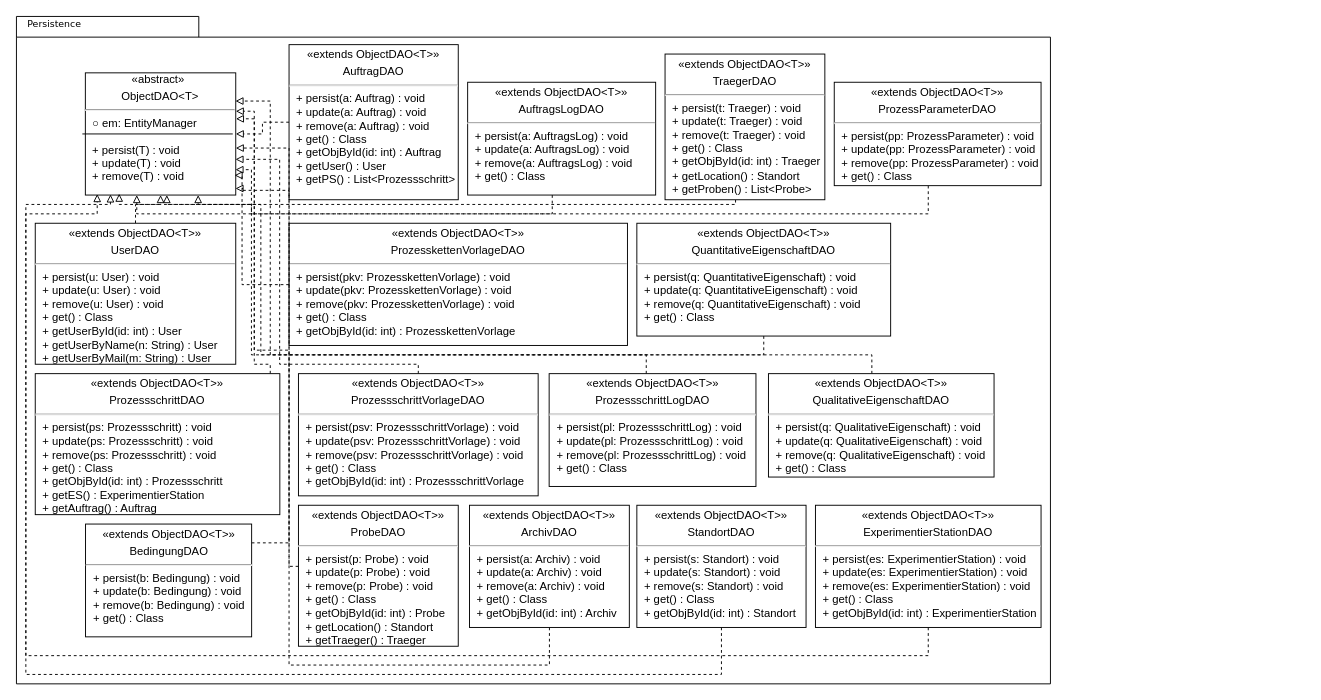
Earlier version of the draw.io diagram doc/UML/Persistence.drawio (fkehlenb/softwareprojekt-2). Source tidied: cells renumbered, new cells numbered last; positions are measured from the earlier drawing's top-left corner, leaving out a move shared by most shapes. Both pictures are drawn from the tidied source at 94%, with x=0, y=0 at pixel (16, 16).
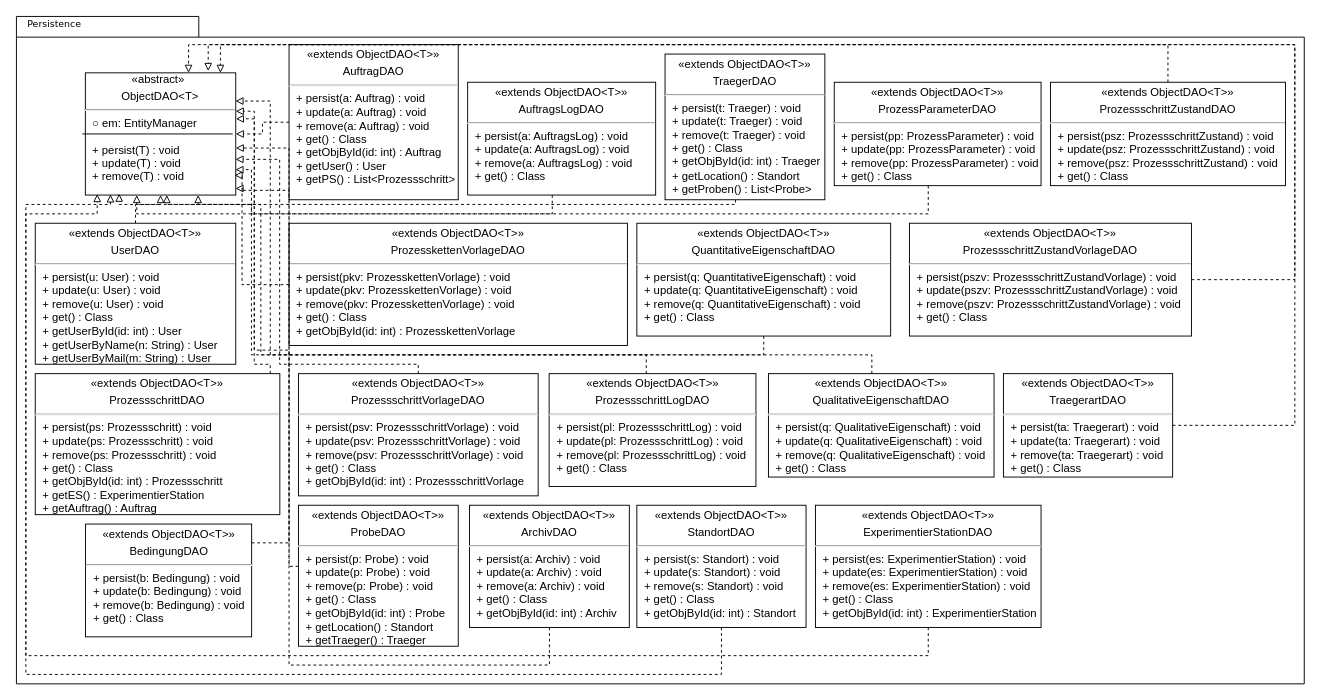
The same page after the edit.

Unchanged cells that the change refers to:
```xml
<mxCell id="4" value="&lt;span style=&quot;text-align: center&quot;&gt;&amp;nbsp; &amp;nbsp; &amp;nbsp; &amp;nbsp; &amp;nbsp; &amp;nbsp; &amp;nbsp; &amp;nbsp;«abstract&lt;/span&gt;&lt;span style=&quot;text-align: center&quot;&gt;»&lt;/span&gt;&lt;p style=&quot;margin: 4px 0px 0px ; text-align: center&quot;&gt;&lt;span&gt;ObjectDAO&amp;lt;T&amp;gt;&lt;/span&gt;&lt;br&gt;&lt;/p&gt;&lt;hr&gt;&lt;p style=&quot;margin: 0px ; margin-left: 8px&quot;&gt;○ em: EntityManager&lt;/p&gt;&lt;p style=&quot;margin: 0px ; margin-left: 8px&quot;&gt;&lt;br&gt;&lt;/p&gt;&lt;p style=&quot;margin: 0px ; margin-left: 8px&quot;&gt;+ persist(T) : void&lt;/p&gt;&lt;p style=&quot;margin: 0px ; margin-left: 8px&quot;&gt;+ update(T) : void&lt;/p&gt;&lt;p style=&quot;margin: 0px ; margin-left: 8px&quot;&gt;+ remove(T) : void&lt;/p&gt;&lt;p style=&quot;margin: 0px ; margin-left: 8px&quot;&gt;&lt;br&gt;&lt;/p&gt;" style="verticalAlign=top;align=left;overflow=fill;fontSize=12;fontFamily=Helvetica;html=1;" parent="1" vertex="1">
  <mxGeometry x="73.3" y="60" width="160" height="130" as="geometry" />
</mxCell>
```

Diff of the diagram source:
```diff
@@
     <mxCell id="2" style="shape=folder;fontStyle=1;spacingTop=10;tabWidth=194;tabHeight=22;tabPosition=left;html=1;rounded=0;shadow=0;comic=0;labelBackgroundColor=none;strokeWidth=1;fillColor=none;fontFamily=Verdana;fontSize=10;align=center;" parent="1" vertex="1">
-      <mxGeometry width="1100" height="710" as="geometry" />
+      <mxGeometry width="1370" height="710" as="geometry" />
     </mxCell>
@@
+    <mxCell id="38" style="edgeStyle=orthogonalEdgeStyle;rounded=0;jettySize=auto;html=1;entryX=0.817;entryY=-0.015;entryDx=0;entryDy=0;entryPerimeter=0;dashed=1;endArrow=block;endFill=0;" parent="1" edge="1" source="39" target="4">
+      <mxGeometry relative="1" as="geometry">
+        <Array as="points">
+          <mxPoint x="1225" y="30" />
+          <mxPoint x="204" y="30" />
+        </Array>
+      </mxGeometry>
+    </mxCell>
+    <mxCell id="39" value="&lt;p style=&quot;margin: 4px 0px 0px ; text-align: center&quot;&gt;«extends ObjectDAO&amp;lt;T&amp;gt;»&lt;/p&gt;&lt;p style=&quot;margin: 4px 0px 0px ; text-align: center&quot;&gt;ProzessschrittZustandDAO&lt;/p&gt;&lt;hr&gt;&lt;p style=&quot;margin: 0px ; margin-left: 8px&quot;&gt;&lt;span&gt;+ persist(psz: ProzessschrittZustand) : void&lt;/span&gt;&lt;br&gt;&lt;/p&gt;&lt;p style=&quot;margin: 0px ; margin-left: 8px&quot;&gt;+ update(psz: ProzessschrittZustand) : void&lt;/p&gt;&lt;p style=&quot;margin: 0px ; margin-left: 8px&quot;&gt;+ remove(psz: ProzessschrittZustand) : void&lt;/p&gt;&lt;p style=&quot;margin: 0px ; margin-left: 8px&quot;&gt;+ get() : Class&lt;span&gt;&amp;nbsp;&lt;/span&gt;&lt;/p&gt;" style="verticalAlign=top;align=left;overflow=fill;fontSize=12;fontFamily=Helvetica;html=1;" parent="1" vertex="1">
+      <mxGeometry x="1100" y="70" width="250" height="110" as="geometry" />
+    </mxCell>
+    <mxCell id="40" style="edgeStyle=orthogonalEdgeStyle;rounded=0;jettySize=auto;html=1;entryX=0.686;entryY=0;entryDx=0;entryDy=0;entryPerimeter=0;dashed=1;endArrow=block;endFill=0;" parent="1" edge="1" source="41" target="4">
+      <mxGeometry relative="1" as="geometry">
+        <Array as="points">
+          <mxPoint x="1360" y="280" />
+          <mxPoint x="1360" y="30" />
+          <mxPoint x="183" y="30" />
+        </Array>
+      </mxGeometry>
+    </mxCell>
+    <mxCell id="41" value="&lt;p style=&quot;margin: 4px 0px 0px ; text-align: center&quot;&gt;«extends ObjectDAO&amp;lt;T&amp;gt;»&lt;/p&gt;&lt;p style=&quot;margin: 4px 0px 0px ; text-align: center&quot;&gt;ProzessschrittZustandVorlageDAO&lt;/p&gt;&lt;hr&gt;&lt;p style=&quot;margin: 0px ; margin-left: 8px&quot;&gt;&lt;span&gt;+ persist(pszv: ProzessschrittZustandVorlage) : void&lt;/span&gt;&lt;br&gt;&lt;/p&gt;&lt;p style=&quot;margin: 0px ; margin-left: 8px&quot;&gt;+ update(pszv: ProzessschrittZustandVorlage) : void&lt;/p&gt;&lt;p style=&quot;margin: 0px ; margin-left: 8px&quot;&gt;+ remove(pszv: ProzessschrittZustandVorlage) : void&lt;/p&gt;&lt;p style=&quot;margin: 0px ; margin-left: 8px&quot;&gt;+ get() : Class&lt;/p&gt;" style="verticalAlign=top;align=left;overflow=fill;fontSize=12;fontFamily=Helvetica;html=1;" parent="1" vertex="1">
+      <mxGeometry x="950" y="220" width="300" height="120" as="geometry" />
+    </mxCell>
+    <mxCell id="42" style="edgeStyle=orthogonalEdgeStyle;rounded=0;jettySize=auto;html=1;entryX=0.898;entryY=0;entryDx=0;entryDy=0;entryPerimeter=0;dashed=1;endArrow=block;endFill=0;" parent="1" edge="1" source="43" target="4">
+      <mxGeometry relative="1" as="geometry">
+        <Array as="points">
+          <mxPoint x="1360" y="435" />
+          <mxPoint x="1360" y="30" />
+          <mxPoint x="217" y="30" />
+        </Array>
+      </mxGeometry>
+    </mxCell>
+    <mxCell id="43" value="&lt;p style=&quot;margin: 4px 0px 0px ; text-align: center&quot;&gt;«extends ObjectDAO&amp;lt;T&amp;gt;»&lt;/p&gt;&lt;p style=&quot;margin: 4px 0px 0px ; text-align: center&quot;&gt;TraegerartDAO&lt;/p&gt;&lt;hr&gt;&lt;p style=&quot;margin: 0px ; margin-left: 8px&quot;&gt;&lt;span&gt;+ persist(ta: Traegerart) : void&lt;/span&gt;&lt;br&gt;&lt;/p&gt;&lt;p style=&quot;margin: 0px ; margin-left: 8px&quot;&gt;+ update(ta: Traegerart) : void&lt;/p&gt;&lt;p style=&quot;margin: 0px ; margin-left: 8px&quot;&gt;+ remove(ta: Traegerart) : void&lt;/p&gt;&lt;p style=&quot;margin: 0px ; margin-left: 8px&quot;&gt;+ get() : Class&lt;/p&gt;" style="verticalAlign=top;align=left;overflow=fill;fontSize=12;fontFamily=Helvetica;html=1;" parent="1" vertex="1">
+      <mxGeometry x="1050" y="380" width="180" height="110" as="geometry" />
+    </mxCell>
```
